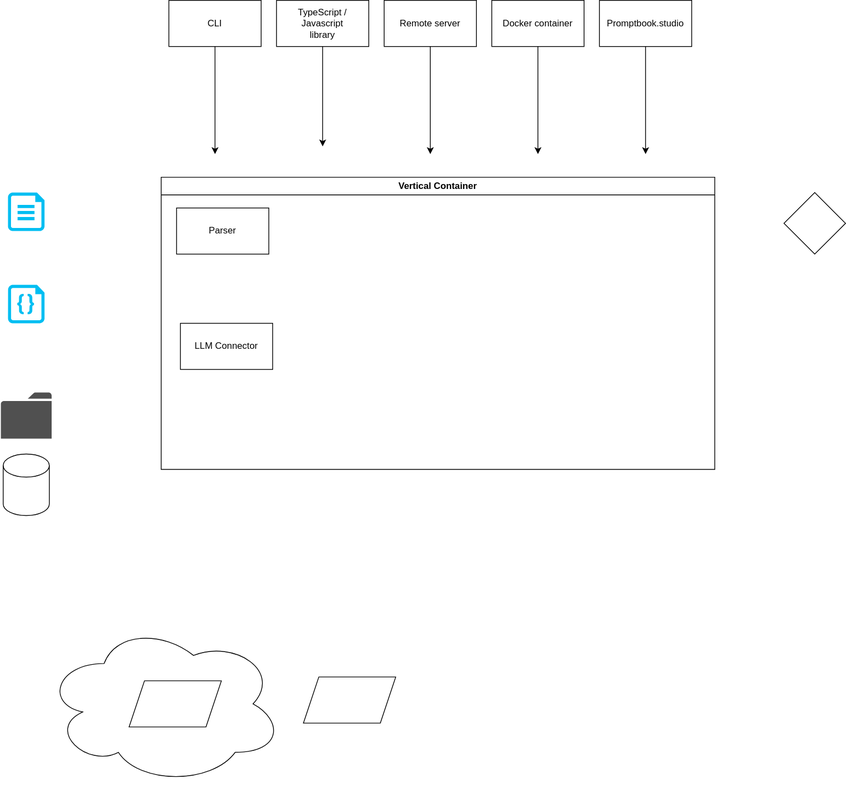
Above: documents/promptbook-engine.svg in webgptorg/promptbook (draw.io), before the change. Source tidied: cells renumbered, new cells last; positions are measured from the earlier drawing's top-left corner, leaving out a move shared by most shapes.
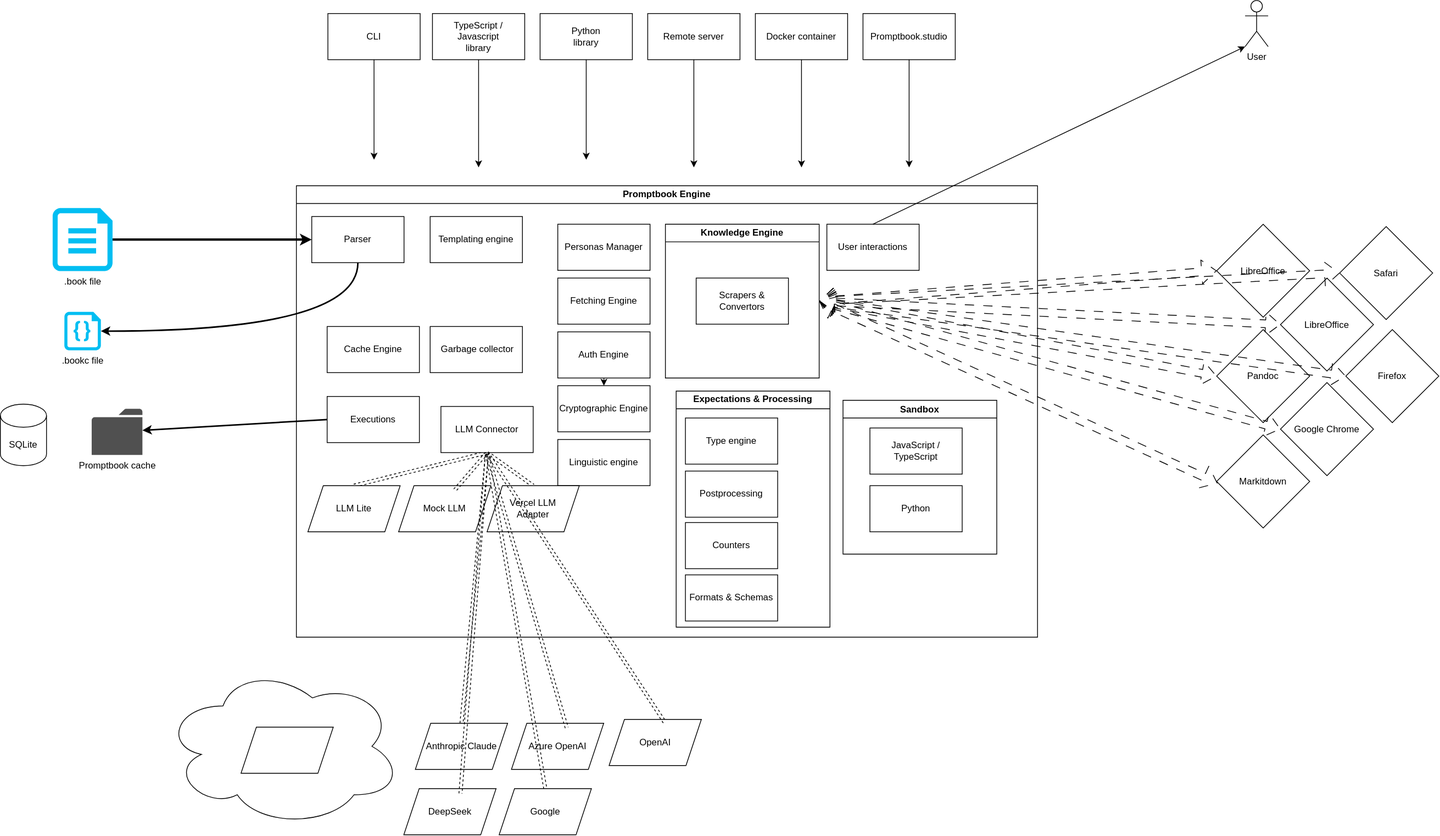
After the commit.

Commit message:
Promptbook diagram

What changed in the source:
```diff
@@ -2,78 +2,248 @@
   <root>
     <mxCell id="0" />
     <mxCell id="1" parent="0" />
-    <mxCell id="2" style="verticalLabelPosition=bottom;html=1;verticalAlign=top;align=center;strokeColor=none;fillColor=#00BEF2;shape=mxgraph.azure.code_file;" parent="1" vertex="1">
-      <mxGeometry x="8.8" y="370" width="47.5" height="50" as="geometry" />
+    <mxCell id="2" value=".bookc file" style="verticalLabelPosition=bottom;html=1;verticalAlign=top;align=center;strokeColor=none;fillColor=#00BEF2;shape=mxgraph.azure.code_file;" parent="1" vertex="1">
+      <mxGeometry x="-92.8" y="401" width="47.5" height="50" as="geometry" />
     </mxCell>
+    <mxCell id="23" style="edgeStyle=none;html=1;exitX=1;exitY=0.5;exitDx=0;exitDy=0;exitPerimeter=0;entryX=0;entryY=0.5;entryDx=0;entryDy=0;strokeWidth=3;" parent="1" edge="1" source="3" target="7">
+      <mxGeometry relative="1" as="geometry" />
+    </mxCell>
-    <mxCell id="3" style="verticalLabelPosition=bottom;html=1;verticalAlign=top;align=center;strokeColor=none;fillColor=#00BEF2;shape=mxgraph.azure.cloud_services_configuration_file;" parent="1" vertex="1">
-      <mxGeometry x="8.8" y="250" width="47.5" height="50" as="geometry" />
+    <mxCell id="3" value=".book file" style="verticalLabelPosition=bottom;html=1;verticalAlign=top;align=center;strokeColor=none;fillColor=#00BEF2;shape=mxgraph.azure.cloud_services_configuration_file;" parent="1" vertex="1">
+      <mxGeometry x="-108" y="266" width="77.9" height="82" as="geometry" />
     </mxCell>
-    <mxCell id="4" style="sketch=0;shadow=0;dashed=0;html=1;strokeColor=none;fillColor=#505050;labelPosition=center;verticalLabelPosition=bottom;verticalAlign=top;outlineConnect=0;align=center;shape=mxgraph.office.concepts.folder;" parent="1" vertex="1">
-      <mxGeometry x="-0.5" y="510" width="66" height="60" as="geometry" />
+    <mxCell id="4" value="Promptbook cache" style="shadow=0;dashed=0;html=1;strokeColor=none;fillColor=#505050;labelPosition=center;verticalLabelPosition=bottom;verticalAlign=top;outlineConnect=0;align=center;shape=mxgraph.office.concepts.folder;" parent="1" vertex="1">
+      <mxGeometry x="-57.2" y="527" width="66" height="60" as="geometry" />
     </mxCell>
-    <mxCell id="5" style="shape=cylinder3;whiteSpace=wrap;html=1;boundedLbl=1;backgroundOutline=1;size=15;" parent="1" vertex="1">
-      <mxGeometry x="2.5" y="590" width="60" height="80" as="geometry" />
+    <mxCell id="5" value="SQLite" style="shape=cylinder3;whiteSpace=wrap;html=1;boundedLbl=1;backgroundOutline=1;size=15;" parent="1" vertex="1">
+      <mxGeometry x="-176" y="521" width="60" height="80" as="geometry" />
     </mxCell>
-    <mxCell id="6" value="Vertical Container" style="swimlane;whiteSpace=wrap;html=1;" parent="1" vertex="1">
-      <mxGeometry x="208" y="230" width="720" height="380" as="geometry" />
+    <mxCell id="6" value="Promptbook Engine" style="swimlane;whiteSpace=wrap;html=1;" parent="1" vertex="1">
+      <mxGeometry x="209" y="237" width="964" height="587" as="geometry" />
     </mxCell>
     <mxCell id="7" value="Parser" style="rounded=0;whiteSpace=wrap;html=1;" parent="6" vertex="1">
       <mxGeometry x="20" y="40" width="120" height="60" as="geometry" />
     </mxCell>
+    <mxCell id="24" style="html=1;exitX=0.5;exitY=1;exitDx=0;exitDy=0;entryX=0.5;entryY=0;entryDx=0;entryDy=0;dashed=1;shape=link;" parent="6" edge="1" source="8" target="41">
+      <mxGeometry relative="1" as="geometry" />
+    </mxCell>
+    <mxCell id="25" style="html=1;exitX=0.5;exitY=1;exitDx=0;exitDy=0;entryX=0.5;entryY=0;entryDx=0;entryDy=0;dashed=1;shape=link;" parent="6" edge="1" source="8" target="43">
+      <mxGeometry relative="1" as="geometry" />
+    </mxCell>
     <mxCell id="8" value="LLM Connector" style="rounded=0;whiteSpace=wrap;html=1;" parent="6" vertex="1">
-      <mxGeometry x="25" y="190" width="120" height="60" as="geometry" />
+      <mxGeometry x="188" y="287" width="120" height="60" as="geometry" />
     </mxCell>
+    <mxCell id="26" value="Knowledge Engine" style="swimlane;whiteSpace=wrap;html=1;" parent="6" vertex="1">
+      <mxGeometry x="480" y="50" width="200" height="200" as="geometry" />
+    </mxCell>
+    <mxCell id="27" value="Scrapers &amp;amp; Convertors" style="rounded=0;whiteSpace=wrap;html=1;" parent="26" vertex="1">
+      <mxGeometry x="40" y="70" width="120" height="60" as="geometry" />
+    </mxCell>
+    <mxCell id="28" value="Personas Manager" style="rounded=0;whiteSpace=wrap;html=1;" parent="6" vertex="1">
+      <mxGeometry x="340" y="50" width="120" height="60" as="geometry" />
+    </mxCell>
+    <mxCell id="29" value="Fetching Engine" style="rounded=0;whiteSpace=wrap;html=1;" parent="6" vertex="1">
+      <mxGeometry x="340" y="120" width="120" height="60" as="geometry" />
+    </mxCell>
+    <mxCell id="30" style="edgeStyle=none;html=1;" parent="6" edge="1" source="31" target="32">
+      <mxGeometry relative="1" as="geometry" />
+    </mxCell>
+    <mxCell id="31" value="Auth Engine" style="rounded=0;whiteSpace=wrap;html=1;" parent="6" vertex="1">
+      <mxGeometry x="340" y="190" width="120" height="60" as="geometry" />
+    </mxCell>
+    <mxCell id="32" value="Cryptographic Engine" style="rounded=0;whiteSpace=wrap;html=1;" parent="6" vertex="1">
+      <mxGeometry x="340" y="260" width="120" height="60" as="geometry" />
+    </mxCell>
+    <mxCell id="33" value="Linguistic engine" style="rounded=0;whiteSpace=wrap;html=1;" parent="6" vertex="1">
+      <mxGeometry x="340" y="330" width="120" height="60" as="geometry" />
+    </mxCell>
+    <mxCell id="34" value="Cache Engine" style="rounded=0;whiteSpace=wrap;html=1;" parent="6" vertex="1">
+      <mxGeometry x="40" y="183" width="120" height="60" as="geometry" />
+    </mxCell>
+    <mxCell id="35" value="&amp;nbsp;Garbage collector" style="rounded=0;whiteSpace=wrap;html=1;" parent="6" vertex="1">
+      <mxGeometry x="174" y="183" width="120" height="60" as="geometry" />
+    </mxCell>
+    <mxCell id="36" value="Templating engine" style="rounded=0;whiteSpace=wrap;html=1;" parent="6" vertex="1">
+      <mxGeometry x="174" y="40" width="120" height="60" as="geometry" />
+    </mxCell>
+    <mxCell id="37" value="User interactions" style="rounded=0;whiteSpace=wrap;html=1;" parent="6" vertex="1">
+      <mxGeometry x="690" y="50" width="120" height="60" as="geometry" />
+    </mxCell>
+    <mxCell id="38" value="Sandbox" style="swimlane;whiteSpace=wrap;html=1;" parent="6" vertex="1">
+      <mxGeometry x="711" y="279" width="200" height="200" as="geometry" />
+    </mxCell>
+    <mxCell id="39" value="JavaScript / TypeScript" style="rounded=0;whiteSpace=wrap;html=1;" parent="38" vertex="1">
+      <mxGeometry x="35" y="36" width="120" height="60" as="geometry" />
+    </mxCell>
+    <mxCell id="40" value="Python" style="rounded=0;whiteSpace=wrap;html=1;" parent="38" vertex="1">
+      <mxGeometry x="35" y="111" width="120" height="60" as="geometry" />
+    </mxCell>
+    <mxCell id="41" value="LLM Lite" style="shape=parallelogram;perimeter=parallelogramPerimeter;whiteSpace=wrap;html=1;fixedSize=1;" parent="6" vertex="1">
+      <mxGeometry x="15" y="390" width="120" height="60" as="geometry" />
+    </mxCell>
+    <mxCell id="42" value="Mock LLM" style="shape=parallelogram;perimeter=parallelogramPerimeter;whiteSpace=wrap;html=1;fixedSize=1;" parent="6" vertex="1">
+      <mxGeometry x="133" y="390" width="120" height="60" as="geometry" />
+    </mxCell>
+    <mxCell id="43" value="Vercel LLM&lt;br&gt;Adapter" style="shape=parallelogram;perimeter=parallelogramPerimeter;whiteSpace=wrap;html=1;fixedSize=1;" parent="6" vertex="1">
+      <mxGeometry x="248" y="390" width="120" height="60" as="geometry" />
+    </mxCell>
+    <mxCell id="44" value="Expectations &amp;amp; Processing" style="swimlane;whiteSpace=wrap;html=1;" parent="6" vertex="1">
+      <mxGeometry x="494" y="267" width="200" height="307" as="geometry" />
+    </mxCell>
+    <mxCell id="45" value="Type engine" style="rounded=0;whiteSpace=wrap;html=1;" parent="44" vertex="1">
+      <mxGeometry x="12" y="35" width="120" height="60" as="geometry" />
+    </mxCell>
+    <mxCell id="46" value="Postprocessing" style="rounded=0;whiteSpace=wrap;html=1;" parent="44" vertex="1">
+      <mxGeometry x="12" y="104" width="120" height="60" as="geometry" />
+    </mxCell>
+    <mxCell id="47" value="Counters" style="rounded=0;whiteSpace=wrap;html=1;" parent="44" vertex="1">
+      <mxGeometry x="12" y="171" width="120" height="60" as="geometry" />
+    </mxCell>
+    <mxCell id="48" value="Formats &amp;amp; Schemas" style="rounded=0;whiteSpace=wrap;html=1;" parent="44" vertex="1">
+      <mxGeometry x="12" y="239" width="120" height="60" as="geometry" />
+    </mxCell>
+    <mxCell id="49" value="Executions" style="rounded=0;whiteSpace=wrap;html=1;" parent="6" vertex="1">
+      <mxGeometry x="40" y="274" width="120" height="60" as="geometry" />
+    </mxCell>
+    <mxCell id="50" style="html=1;exitX=0.5;exitY=1;exitDx=0;exitDy=0;entryX=0.61;entryY=0.095;entryDx=0;entryDy=0;entryPerimeter=0;dashed=1;shape=link;" parent="6" edge="1" source="8" target="42">
+      <mxGeometry relative="1" as="geometry" />
+    </mxCell>
-    <mxCell id="9" style="shape=parallelogram;perimeter=parallelogramPerimeter;whiteSpace=wrap;html=1;fixedSize=1;" parent="1" vertex="1">
-      <mxGeometry x="393" y="880" width="120" height="60" as="geometry" />
+    <mxCell id="9" value="Anthropic Claude" style="shape=parallelogram;perimeter=parallelogramPerimeter;whiteSpace=wrap;html=1;fixedSize=1;" parent="1" vertex="1">
+      <mxGeometry x="363.8" y="936" width="120" height="60" as="geometry" />
     </mxCell>
     <mxCell id="10" style="ellipse;shape=cloud;whiteSpace=wrap;html=1;" parent="1" vertex="1">
-      <mxGeometry x="56.2" y="810" width="310" height="210" as="geometry" />
+      <mxGeometry x="36" y="861" width="310" height="210" as="geometry" />
     </mxCell>
     <mxCell id="11" style="shape=parallelogram;perimeter=parallelogramPerimeter;whiteSpace=wrap;html=1;fixedSize=1;" parent="1" vertex="1">
-      <mxGeometry x="166.2" y="885" width="120" height="60" as="geometry" />
+      <mxGeometry x="137" y="941" width="120" height="60" as="geometry" />
     </mxCell>
-    <mxCell id="12" style="rhombus;whiteSpace=wrap;html=1;" parent="1" vertex="1">
-      <mxGeometry x="1018" y="250" width="80" height="80" as="geometry" />
+    <mxCell id="12" value="LibreOffice" style="rhombus;whiteSpace=wrap;html=1;" parent="1" vertex="1">
+      <mxGeometry x="1406" y="287" width="121" height="121" as="geometry" />
     </mxCell>
     <mxCell id="13" style="edgeStyle=none;html=1;" parent="1" edge="1" source="14">
       <mxGeometry relative="1" as="geometry">
-        <mxPoint x="278" y="200" as="targetPoint" />
+        <mxPoint x="446" y="213" as="targetPoint" />
       </mxGeometry>
     </mxCell>
-    <mxCell id="14" value="CLI" style="rounded=0;whiteSpace=wrap;html=1;" parent="1" vertex="1">
-      <mxGeometry x="218" width="120" height="60" as="geometry" />
+    <mxCell id="14" value="TypeScript /&lt;br&gt;Javascript&lt;br&gt;library" style="rounded=0;whiteSpace=wrap;html=1;" parent="1" vertex="1">
+      <mxGeometry x="386" y="13" width="120" height="60" as="geometry" />
     </mxCell>
     <mxCell id="15" style="edgeStyle=none;html=1;exitX=0.5;exitY=1;exitDx=0;exitDy=0;" parent="1" edge="1" source="16">
       <mxGeometry relative="1" as="geometry">
-        <mxPoint x="418" y="190" as="targetPoint" />
+        <mxPoint x="586" y="203" as="targetPoint" />
       </mxGeometry>
     </mxCell>
-    <mxCell id="16" value="TypeScript /&lt;br&gt;Javascript&lt;br&gt;library" style="rounded=0;whiteSpace=wrap;html=1;" parent="1" vertex="1">
-      <mxGeometry x="358" width="120" height="60" as="geometry" />
+    <mxCell id="16" value="Python&lt;br&gt;library" style="rounded=0;whiteSpace=wrap;html=1;" parent="1" vertex="1">
+      <mxGeometry x="526" y="13" width="120" height="60" as="geometry" />
     </mxCell>
     <mxCell id="17" style="edgeStyle=none;html=1;exitX=0.5;exitY=1;exitDx=0;exitDy=0;" parent="1" edge="1" source="18">
       <mxGeometry relative="1" as="geometry">
-        <mxPoint x="558" y="200" as="targetPoint" />
+        <mxPoint x="726" y="213" as="targetPoint" />
       </mxGeometry>
     </mxCell>
     <mxCell id="18" value="Remote server" style="rounded=0;whiteSpace=wrap;html=1;" parent="1" vertex="1">
-      <mxGeometry x="498" width="120" height="60" as="geometry" />
+      <mxGeometry x="666" y="13" width="120" height="60" as="geometry" />
     </mxCell>
     <mxCell id="19" style="edgeStyle=none;html=1;exitX=0.5;exitY=1;exitDx=0;exitDy=0;" parent="1" edge="1" source="20">
       <mxGeometry relative="1" as="geometry">
-        <mxPoint x="698" y="200" as="targetPoint" />
+        <mxPoint x="866" y="213" as="targetPoint" />
       </mxGeometry>
     </mxCell>
     <mxCell id="20" value="Docker container" style="rounded=0;whiteSpace=wrap;html=1;" parent="1" vertex="1">
-      <mxGeometry x="638" width="120" height="60" as="geometry" />
+      <mxGeometry x="806" y="13" width="120" height="60" as="geometry" />
     </mxCell>
     <mxCell id="21" style="edgeStyle=none;html=1;exitX=0.5;exitY=1;exitDx=0;exitDy=0;" parent="1" edge="1" source="22">
       <mxGeometry relative="1" as="geometry">
-        <mxPoint x="838" y="200" as="targetPoint" />
+        <mxPoint x="1006" y="213" as="targetPoint" />
       </mxGeometry>
     </mxCell>
     <mxCell id="22" value="Promptbook.studio" style="rounded=0;whiteSpace=wrap;html=1;" parent="1" vertex="1">
-      <mxGeometry x="778" width="120" height="60" as="geometry" />
+      <mxGeometry x="946" y="13" width="120" height="60" as="geometry" />
     </mxCell>
+    <mxCell id="51" style="html=1;entryX=0;entryY=0.5;entryDx=0;entryDy=0;strokeColor=default;rounded=1;shape=flexArrow;exitX=1;exitY=0.5;exitDx=0;exitDy=0;endArrow=block;startArrow=block;dashed=1;dashPattern=12 12;" parent="1" edge="1" source="26" target="12">
+      <mxGeometry relative="1" as="geometry" />
+    </mxCell>
+    <mxCell id="52" value="User" style="shape=umlActor;verticalLabelPosition=bottom;verticalAlign=top;html=1;outlineConnect=0;" parent="1" vertex="1">
+      <mxGeometry x="1443" y="-4" width="30" height="60" as="geometry" />
+    </mxCell>
+    <mxCell id="53" style="edgeStyle=none;html=1;exitX=0.5;exitY=1;exitDx=0;exitDy=0;" parent="1" edge="1" source="54">
+      <mxGeometry relative="1" as="geometry">
+        <mxPoint x="310" y="203" as="targetPoint" />
+      </mxGeometry>
+    </mxCell>
+    <mxCell id="54" value="CLI" style="rounded=0;whiteSpace=wrap;html=1;" parent="1" vertex="1">
+      <mxGeometry x="250" y="13" width="120" height="60" as="geometry" />
+    </mxCell>
+    <mxCell id="55" style="edgeStyle=none;html=1;exitX=0.5;exitY=0;exitDx=0;exitDy=0;entryX=0;entryY=1;entryDx=0;entryDy=0;entryPerimeter=0;" parent="1" edge="1" source="37" target="52">
+      <mxGeometry relative="1" as="geometry" />
+    </mxCell>
+    <mxCell id="56" value="Pandoc" style="rhombus;whiteSpace=wrap;html=1;" parent="1" vertex="1">
+      <mxGeometry x="1406" y="424" width="121" height="121" as="geometry" />
+    </mxCell>
+    <mxCell id="57" value="Markitdown" style="rhombus;whiteSpace=wrap;html=1;" parent="1" vertex="1">
+      <mxGeometry x="1406" y="561" width="121" height="121" as="geometry" />
+    </mxCell>
+    <mxCell id="58" value="LibreOffice" style="rhombus;whiteSpace=wrap;html=1;" parent="1" vertex="1">
+      <mxGeometry x="1489" y="357" width="121" height="121" as="geometry" />
+    </mxCell>
+    <mxCell id="59" value="Google Chrome" style="rhombus;whiteSpace=wrap;html=1;" parent="1" vertex="1">
+      <mxGeometry x="1489" y="493" width="121" height="121" as="geometry" />
+    </mxCell>
+    <mxCell id="60" value="Firefox" style="rhombus;whiteSpace=wrap;html=1;" parent="1" vertex="1">
+      <mxGeometry x="1574" y="424" width="121" height="121" as="geometry" />
+    </mxCell>
+    <mxCell id="61" value="Safari" style="rhombus;whiteSpace=wrap;html=1;" parent="1" vertex="1">
+      <mxGeometry x="1566" y="290" width="121" height="121" as="geometry" />
+    </mxCell>
+    <mxCell id="62" style="html=1;exitX=1;exitY=0.5;exitDx=0;exitDy=0;entryX=0;entryY=0.5;entryDx=0;entryDy=0;shape=flexArrow;endArrow=block;startArrow=block;dashed=1;dashPattern=12 12;" parent="1" edge="1" source="26" target="58">
+      <mxGeometry relative="1" as="geometry" />
+    </mxCell>
+    <mxCell id="63" style="html=1;exitX=1;exitY=0.5;exitDx=0;exitDy=0;entryX=0;entryY=0.5;entryDx=0;entryDy=0;shape=flexArrow;endArrow=block;startArrow=block;dashed=1;dashPattern=12 12;" parent="1" edge="1" source="26" target="61">
+      <mxGeometry relative="1" as="geometry" />
+    </mxCell>
+    <mxCell id="64" style="html=1;exitX=1;exitY=0.5;exitDx=0;exitDy=0;entryX=0;entryY=0.5;entryDx=0;entryDy=0;shape=flexArrow;endArrow=block;startArrow=block;dashed=1;dashPattern=12 12;" parent="1" edge="1" source="26" target="60">
+      <mxGeometry relative="1" as="geometry" />
+    </mxCell>
+    <mxCell id="65" style="html=1;exitX=1;exitY=0.5;exitDx=0;exitDy=0;entryX=0;entryY=0.5;entryDx=0;entryDy=0;shape=flexArrow;endArrow=block;startArrow=block;dashed=1;dashPattern=12 12;" parent="1" edge="1" source="26" target="56">
+      <mxGeometry relative="1" as="geometry" />
+    </mxCell>
+    <mxCell id="66" style="html=1;exitX=1;exitY=0.5;exitDx=0;exitDy=0;entryX=0;entryY=0.5;entryDx=0;entryDy=0;shape=flexArrow;endArrow=block;startArrow=block;dashed=1;dashPattern=12 12;" parent="1" edge="1" source="26" target="59">
+      <mxGeometry relative="1" as="geometry" />
+    </mxCell>
+    <mxCell id="67" style="html=1;exitX=1;exitY=0.5;exitDx=0;exitDy=0;entryX=0.009;entryY=0.52;entryDx=0;entryDy=0;entryPerimeter=0;shape=flexArrow;endArrow=block;startArrow=block;dashed=1;dashPattern=12 12;" parent="1" edge="1" source="26" target="57">
+      <mxGeometry relative="1" as="geometry" />
+    </mxCell>
+    <mxCell id="68" value="Azure OpenAI" style="shape=parallelogram;perimeter=parallelogramPerimeter;whiteSpace=wrap;html=1;fixedSize=1;" parent="1" vertex="1">
+      <mxGeometry x="488.8" y="936" width="120" height="60" as="geometry" />
+    </mxCell>
+    <mxCell id="69" value="OpenAI" style="shape=parallelogram;perimeter=parallelogramPerimeter;whiteSpace=wrap;html=1;fixedSize=1;" parent="1" vertex="1">
+      <mxGeometry x="615.8" y="931" width="120" height="60" as="geometry" />
+    </mxCell>
+    <mxCell id="70" value="DeepSeek" style="shape=parallelogram;perimeter=parallelogramPerimeter;whiteSpace=wrap;html=1;fixedSize=1;" parent="1" vertex="1">
+      <mxGeometry x="348.8" y="1021" width="120" height="60" as="geometry" />
+    </mxCell>
+    <mxCell id="71" value="Google" style="shape=parallelogram;perimeter=parallelogramPerimeter;whiteSpace=wrap;html=1;fixedSize=1;" parent="1" vertex="1">
+      <mxGeometry x="472.8" y="1021" width="120" height="60" as="geometry" />
+    </mxCell>
+    <mxCell id="72" style="edgeStyle=orthogonalEdgeStyle;html=1;exitX=0.5;exitY=1;exitDx=0;exitDy=0;entryX=1;entryY=0.5;entryDx=0;entryDy=0;entryPerimeter=0;curved=1;strokeWidth=2;" parent="1" edge="1" source="7" target="2">
+      <mxGeometry relative="1" as="geometry" />
+    </mxCell>
+    <mxCell id="73" style="edgeStyle=none;html=1;exitX=0;exitY=0.5;exitDx=0;exitDy=0;strokeWidth=2;" parent="1" edge="1" source="49" target="4">
+      <mxGeometry relative="1" as="geometry" />
+    </mxCell>
+    <mxCell id="74" style="html=1;exitX=0.5;exitY=1;exitDx=0;exitDy=0;entryX=0.5;entryY=0;entryDx=0;entryDy=0;dashed=1;shape=link;" parent="1" edge="1" source="8" target="9">
+      <mxGeometry relative="1" as="geometry" />
+    </mxCell>
+    <mxCell id="75" style="html=1;exitX=0.5;exitY=1;exitDx=0;exitDy=0;entryX=0.599;entryY=0.097;entryDx=0;entryDy=0;entryPerimeter=0;dashed=1;shape=link;" parent="1" edge="1" source="8" target="68">
+      <mxGeometry relative="1" as="geometry" />
+    </mxCell>
+    <mxCell id="76" style="html=1;exitX=0.5;exitY=1;exitDx=0;exitDy=0;entryX=0.601;entryY=0.059;entryDx=0;entryDy=0;entryPerimeter=0;dashed=1;shape=link;" parent="1" edge="1" source="8" target="69">
+      <mxGeometry relative="1" as="geometry" />
+    </mxCell>
+    <mxCell id="77" style="html=1;exitX=0.5;exitY=1;exitDx=0;exitDy=0;entryX=0.614;entryY=0.105;entryDx=0;entryDy=0;entryPerimeter=0;dashed=1;shape=link;" parent="1" edge="1" source="8" target="70">
+      <mxGeometry relative="1" as="geometry" />
+    </mxCell>
+    <mxCell id="78" style="html=1;exitX=0.5;exitY=1;exitDx=0;exitDy=0;entryX=0.5;entryY=0;entryDx=0;entryDy=0;dashed=1;shape=link;" parent="1" edge="1" source="8" target="71">
+      <mxGeometry relative="1" as="geometry" />
+    </mxCell>
   </root>
 </mxGraphModel>
```
